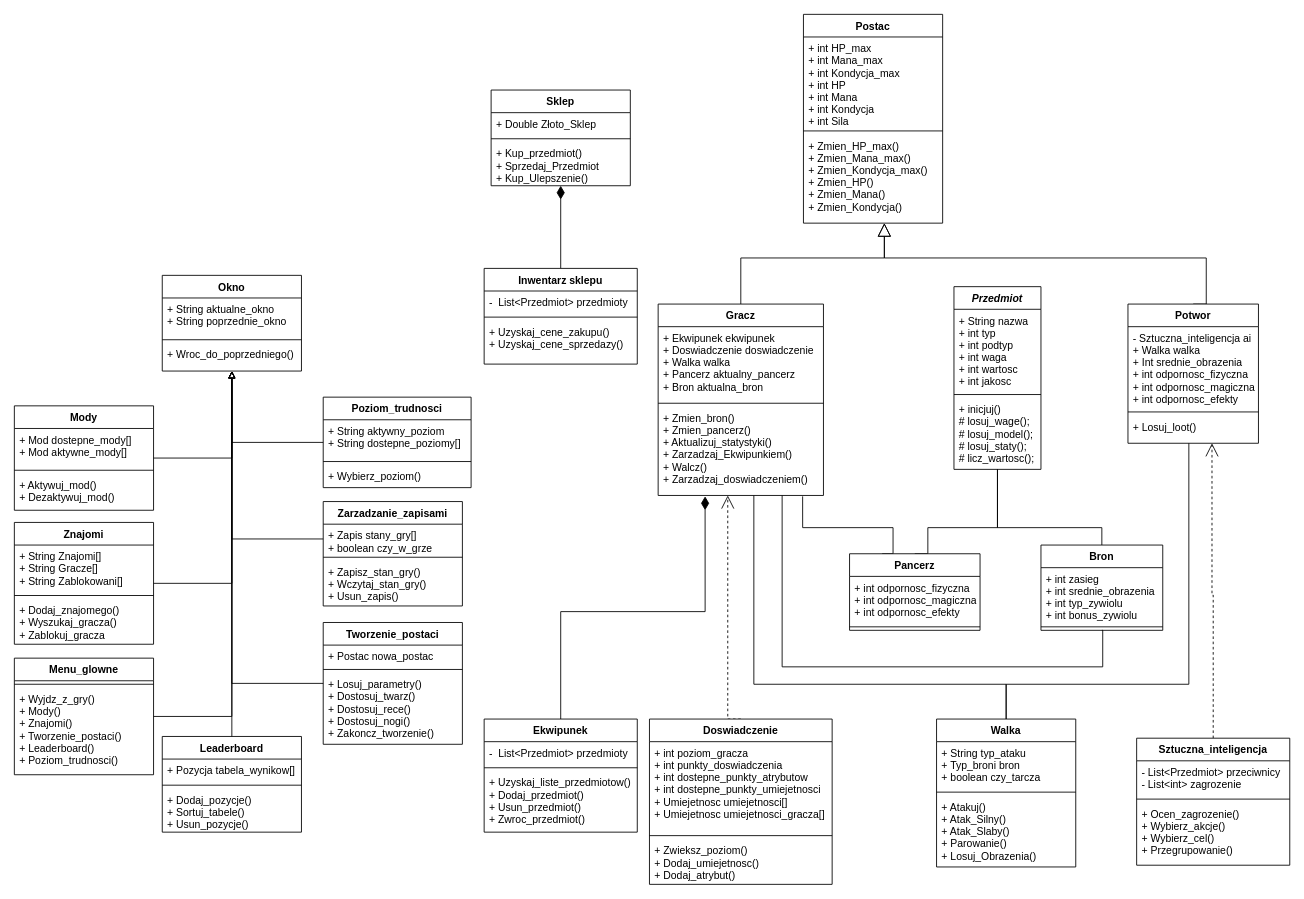
4cer/maya-slasher keeps this draw.io diagram as 2. Dokumentacja analityczna/e. diagramy klas/diagram klas.drawio. Above is the earlier version. Source tidied: cells renumbered, new cells numbered last; positions are measured from the earlier drawing's top-left corner, leaving out a move shared by most shapes. Both pictures are drawn from the tidied source at 87%, with x=0, y=0 at pixel (14, 14).
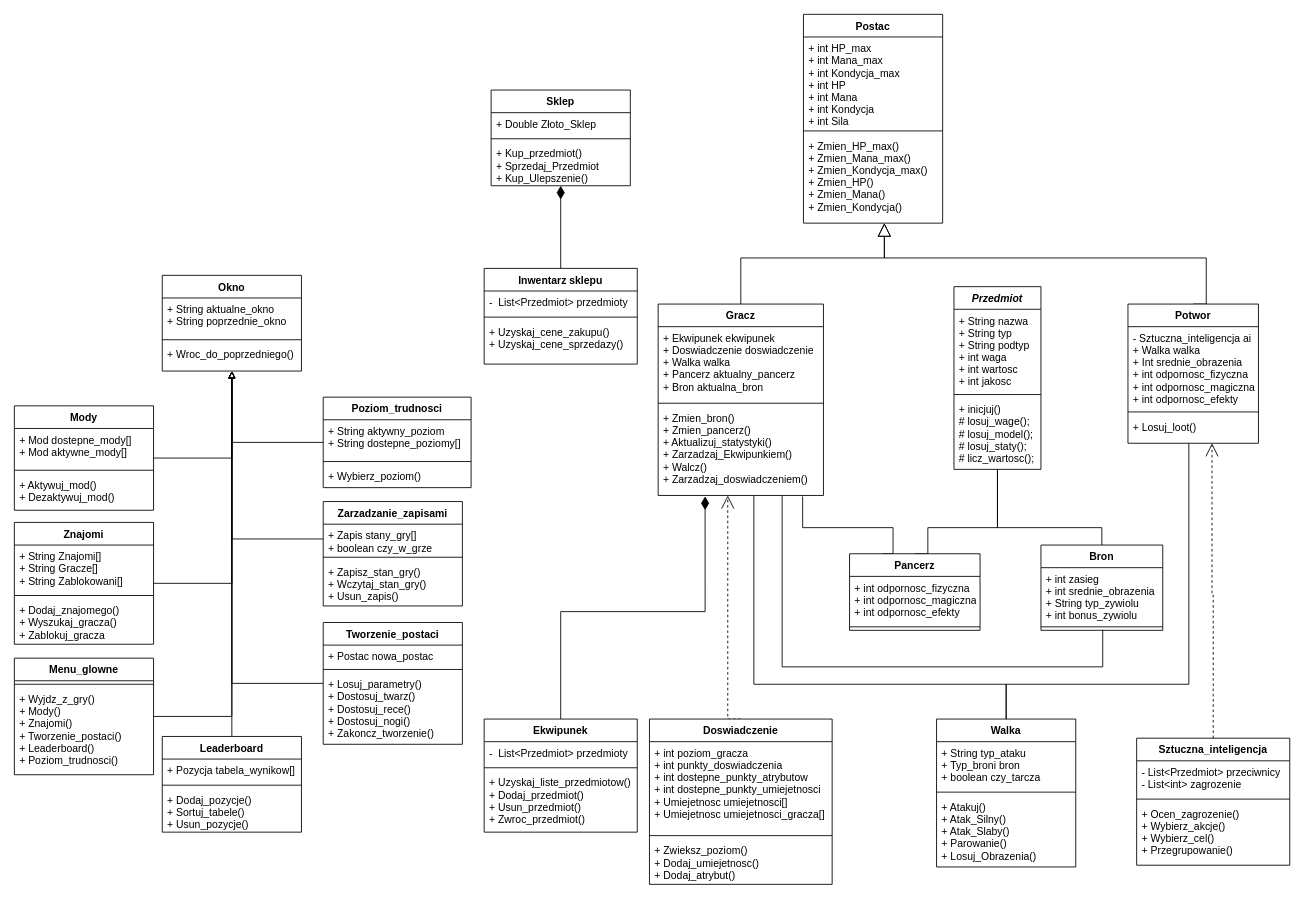
Above is the later version.

Commit message (it also covers changes not shown here):
Diagram obiektów i poprawki klas

Dodano diagram obiektów i wprowadzono poprawki do diagramu klas przy tworzeniu diagramu obiektów

Unchanged cells that the change refers to:
```xml
<mxCell id="75" value="Przedmiot" style="swimlane;fontStyle=3;align=center;verticalAlign=top;horizontal=1;startSize=26;" parent="1" vertex="1">
  <mxGeometry x="1080" y="313" width="100" height="210" as="geometry" />
</mxCell>
<mxCell id="89" value="Bron" style="swimlane;fontStyle=1;align=center;verticalAlign=top;horizontal=1;startSize=26;" parent="1" vertex="1">
  <mxGeometry x="1180" y="610" width="140" height="98" as="geometry" />
</mxCell>
```

Diff of the diagram source:
```diff
@@
-    <mxCell id="76" value="+ String nazwa&#10;+ int typ&#10;+ int podtyp&#10;+ int waga&#10;+ int wartosc&#10;+ int jakosc&#10;&#10;" style="text;strokeColor=none;fillColor=none;align=left;verticalAlign=top;spacingLeft=4;spacingRight=4;overflow=hidden;" parent="75" vertex="1">
+    <mxCell id="76" value="+ String nazwa&#10;+ String typ&#10;+ String podtyp&#10;+ int waga&#10;+ int wartosc&#10;+ int jakosc&#10;&#10;" style="text;strokeColor=none;fillColor=none;align=left;verticalAlign=top;spacingLeft=4;spacingRight=4;overflow=hidden;" parent="75" vertex="1">
       <mxGeometry y="26" width="100" height="94" as="geometry" />
     </mxCell>
@@
-    <mxCell id="90" value="+ int zasieg&#10;+ int srednie_obrazenia&#10;+ int typ_zywiolu&#10;+ int bonus_zywiolu&#10;" style="text;strokeColor=none;fillColor=none;align=left;verticalAlign=top;spacingLeft=4;spacingRight=4;overflow=hidden;" parent="89" vertex="1">
+    <mxCell id="90" value="+ int zasieg&#10;+ int srednie_obrazenia&#10;+ String typ_zywiolu&#10;+ int bonus_zywiolu&#10;" style="text;strokeColor=none;fillColor=none;align=left;verticalAlign=top;spacingLeft=4;spacingRight=4;overflow=hidden;" parent="89" vertex="1">
       <mxGeometry y="26" width="140" height="64" as="geometry" />
     </mxCell>
```
